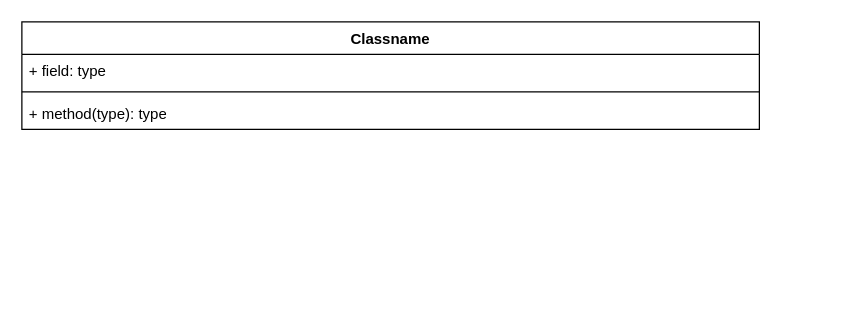
Earlier version of the draw.io diagram Diagrama sem nome.drawio (hsantana2024/5-desafios-java-DIO). Source tidied: cells renumbered, new cells numbered last; positions are measured from the earlier drawing's top-left corner, leaving out a move shared by most shapes. Both pictures are drawn from the tidied source at 125%, with x=0, y=0 at pixel (21, 21).
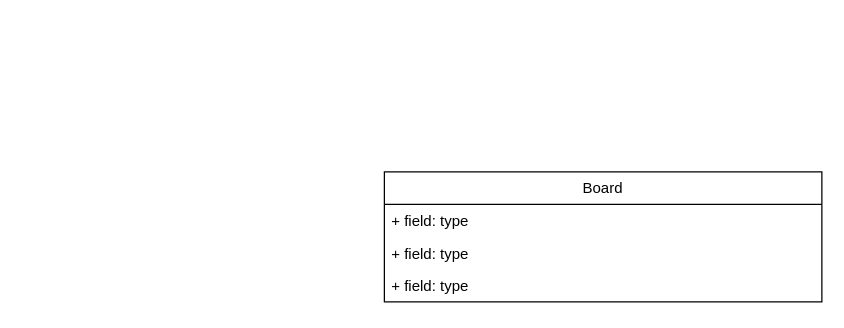
The same diagram, later.

Diff of the diagram source:
```diff
@@
 <mxGraphModel>
   <root>
     <mxCell id="0" />
     <mxCell id="1" parent="0" />
-    <mxCell id="2" value="Classname" style="swimlane;fontStyle=1;align=center;verticalAlign=top;horizontal=1;startSize=26;whiteSpace=wrap;html=1;" parent="1" vertex="1">
-      <mxGeometry width="590" height="86" as="geometry" />
-    </mxCell>
-    <mxCell id="3" value="+ field: type" style="text;strokeColor=none;fillColor=none;align=left;verticalAlign=top;spacingLeft=4;spacingRight=4;overflow=hidden;whiteSpace=wrap;html=1;" parent="2" vertex="1">
-      <mxGeometry y="26" width="590" height="26" as="geometry" />
-    </mxCell>
-    <mxCell id="4" style="line;strokeWidth=1;fillColor=none;align=left;verticalAlign=middle;spacingTop=-1;spacingLeft=3;spacingRight=3;labelPosition=right;strokeColor=inherit;" parent="2" vertex="1">
-      <mxGeometry y="52" width="590" height="8" as="geometry" />
-    </mxCell>
-    <mxCell id="5" value="+ method(type): type" style="text;strokeColor=none;fillColor=none;align=left;verticalAlign=top;spacingLeft=4;spacingRight=4;overflow=hidden;whiteSpace=wrap;html=1;" parent="2" vertex="1">
-      <mxGeometry y="60" width="590" height="26" as="geometry" />
-    </mxCell>
+    <mxCell id="6" value="Board" style="swimlane;fontStyle=0;horizontal=1;startSize=26;fillColor=none;whiteSpace=wrap;html=1;" parent="1" vertex="1">
+      <mxGeometry x="290" y="120" width="350" height="104" as="geometry" />
+    </mxCell>
+    <mxCell id="7" value="+ field: type" style="text;strokeColor=none;fillColor=none;align=left;verticalAlign=top;spacingLeft=4;spacingRight=4;overflow=hidden;whiteSpace=wrap;html=1;" parent="6" vertex="1">
+      <mxGeometry y="26" width="350" height="26" as="geometry" />
+    </mxCell>
+    <mxCell id="8" value="+ field: type" style="text;strokeColor=none;fillColor=none;align=left;verticalAlign=top;spacingLeft=4;spacingRight=4;overflow=hidden;whiteSpace=wrap;html=1;" parent="6" vertex="1">
+      <mxGeometry y="52" width="350" height="26" as="geometry" />
+    </mxCell>
+    <mxCell id="9" value="+ field: type" style="text;strokeColor=none;fillColor=none;align=left;verticalAlign=top;spacingLeft=4;spacingRight=4;overflow=hidden;whiteSpace=wrap;html=1;" parent="6" vertex="1">
+      <mxGeometry y="78" width="350" height="26" as="geometry" />
+    </mxCell>
   </root>
 </mxGraphModel>
```
